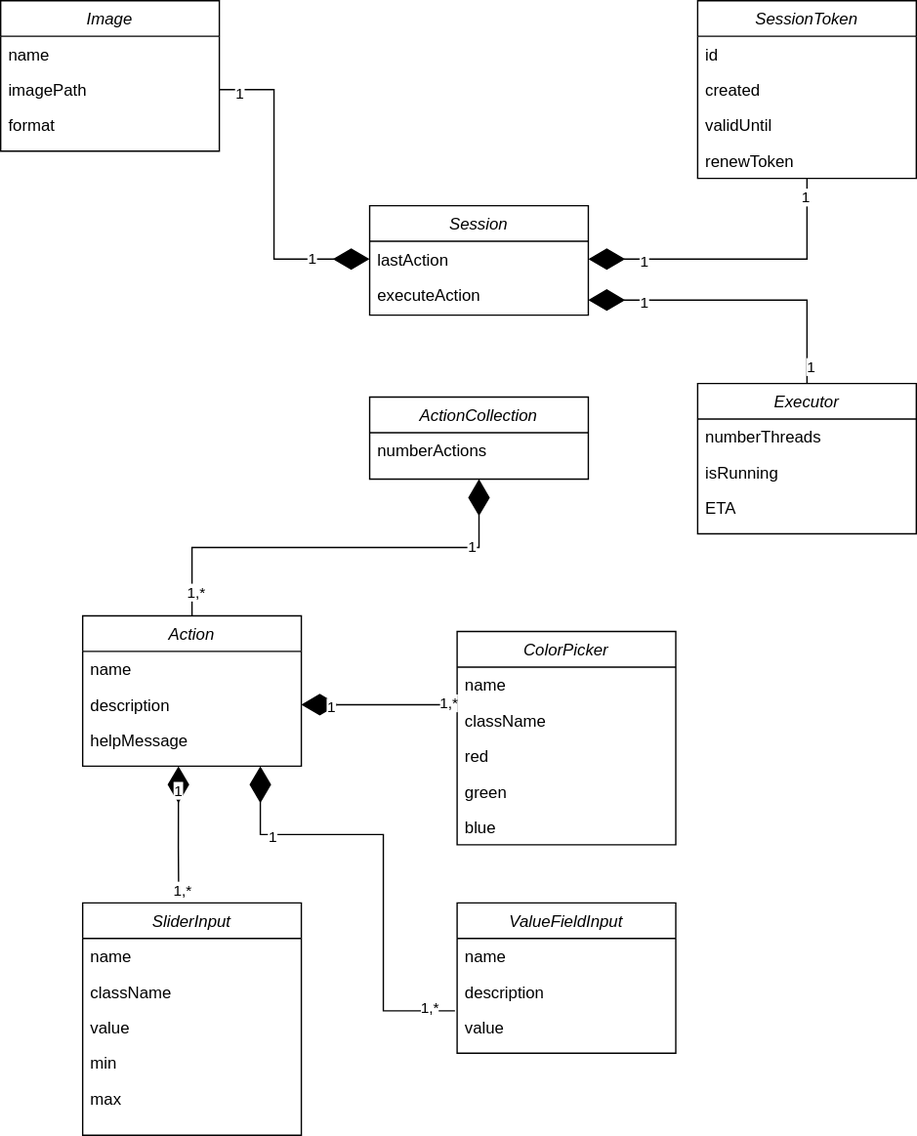
se-pixs/docs keeps this draw.io diagram as class-diagrams/class-diagram-Backend.drawio.svg. Above is the earlier version. Source tidied: cells renumbered, new cells last; positions are measured from the earlier drawing's top-left corner, leaving out a move shared by most shapes. Its diagram source:
```xml
<mxGraphModel>
  <root>
    <mxCell id="0" />
    <mxCell id="1" parent="0" />
    <mxCell id="2" value="Session" style="swimlane;fontStyle=2;align=center;verticalAlign=top;horizontal=1;startSize=26;rounded=0;shadow=0;strokeWidth=1;" parent="1" vertex="1">
      <mxGeometry x="270" y="150" width="160" height="80" as="geometry" />
    </mxCell>
    <mxCell id="3" value="lastAction" style="text;align=left;verticalAlign=top;spacingLeft=4;spacingRight=4;overflow=hidden;points=[[0,0.5],[1,0.5]];portConstraint=eastwest;rounded=0;shadow=0;html=0;" parent="2" vertex="1">
      <mxGeometry y="26" width="160" height="26" as="geometry" />
    </mxCell>
    <mxCell id="4" value="executeAction" style="text;align=left;verticalAlign=top;spacingLeft=4;spacingRight=4;overflow=hidden;rounded=0;shadow=0;html=0;" parent="2" vertex="1">
      <mxGeometry y="52" width="160" height="26" as="geometry" />
    </mxCell>
    <mxCell id="5" value="Image" style="swimlane;fontStyle=2;align=center;verticalAlign=top;horizontal=1;startSize=26;rounded=0;shadow=0;strokeWidth=1;" parent="1" vertex="1">
      <mxGeometry width="160" height="110" as="geometry" />
    </mxCell>
    <mxCell id="6" value="name" style="text;align=left;verticalAlign=top;spacingLeft=4;spacingRight=4;overflow=hidden;" parent="5" vertex="1">
      <mxGeometry y="26" width="160" height="26" as="geometry" />
    </mxCell>
    <mxCell id="7" value="imagePath" style="text;align=left;verticalAlign=top;spacingLeft=4;spacingRight=4;overflow=hidden;points=[[0,0.5],[1,0.5]];portConstraint=eastwest;rounded=0;shadow=0;html=0;" parent="5" vertex="1">
      <mxGeometry y="52" width="160" height="26" as="geometry" />
    </mxCell>
    <mxCell id="8" value="format" style="text;align=left;verticalAlign=top;spacingLeft=4;spacingRight=4;overflow=hidden;rounded=0;shadow=0;html=0;" parent="5" vertex="1">
      <mxGeometry y="78" width="160" height="26" as="geometry" />
    </mxCell>
    <mxCell id="9" style="endArrow=diamondThin;endFill=1;endSize=24;html=1;rounded=0;entryX=0;entryY=0.5;entryDx=0;entryDy=0;exitX=1;exitY=0.5;exitDx=0;exitDy=0;" parent="1" edge="1" source="7" target="3">
      <mxGeometry relative="1" as="geometry">
        <Array as="points">
          <mxPoint x="200" y="65" />
          <mxPoint x="200" y="189" />
        </Array>
      </mxGeometry>
    </mxCell>
    <mxCell id="10" value="1" style="edgeLabel;html=1;align=center;verticalAlign=middle;" parent="9" vertex="1">
      <mxGeometry x="0.64" y="1" relative="1" as="geometry" />
    </mxCell>
    <mxCell id="11" value="1" style="edgeLabel;html=1;align=center;verticalAlign=middle;" parent="9" vertex="1">
      <mxGeometry x="-0.88" y="-2" relative="1" as="geometry" />
    </mxCell>
    <mxCell id="12" value="SessionToken" style="swimlane;fontStyle=2;align=center;verticalAlign=top;horizontal=1;startSize=26;rounded=0;shadow=0;strokeWidth=1;" parent="1" vertex="1">
      <mxGeometry x="510" width="160" height="130" as="geometry" />
    </mxCell>
    <mxCell id="13" value="id" style="text;align=left;verticalAlign=top;spacingLeft=4;spacingRight=4;overflow=hidden;" parent="12" vertex="1">
      <mxGeometry y="26" width="160" height="26" as="geometry" />
    </mxCell>
    <mxCell id="14" value="created" style="text;align=left;verticalAlign=top;spacingLeft=4;spacingRight=4;overflow=hidden;rounded=0;shadow=0;html=0;" parent="12" vertex="1">
      <mxGeometry y="52" width="160" height="26" as="geometry" />
    </mxCell>
    <mxCell id="15" value="validUntil" style="text;align=left;verticalAlign=top;spacingLeft=4;spacingRight=4;overflow=hidden;rounded=0;shadow=0;html=0;" parent="12" vertex="1">
      <mxGeometry y="78" width="160" height="26" as="geometry" />
    </mxCell>
    <mxCell id="16" value="renewToken" style="text;align=left;verticalAlign=top;spacingLeft=4;spacingRight=4;overflow=hidden;rounded=0;shadow=0;html=0;" parent="12" vertex="1">
      <mxGeometry y="104" width="160" height="26" as="geometry" />
    </mxCell>
    <mxCell id="17" style="endArrow=diamondThin;endFill=1;endSize=24;html=1;rounded=0;entryX=1;entryY=0.5;entryDx=0;entryDy=0;exitX=0.5;exitY=1;exitDx=0;exitDy=0;" parent="1" edge="1" source="12" target="3">
      <mxGeometry relative="1" as="geometry">
        <Array as="points">
          <mxPoint x="590" y="189" />
        </Array>
      </mxGeometry>
    </mxCell>
    <mxCell id="18" value="1" style="edgeLabel;html=1;align=center;verticalAlign=middle;" parent="17" vertex="1">
      <mxGeometry x="0.64" y="1" relative="1" as="geometry" />
    </mxCell>
    <mxCell id="19" value="1" style="edgeLabel;html=1;align=center;verticalAlign=middle;" parent="17" vertex="1">
      <mxGeometry x="-0.88" y="-2" relative="1" as="geometry" />
    </mxCell>
    <mxCell id="20" value="ActionCollection" style="swimlane;fontStyle=2;align=center;verticalAlign=top;horizontal=1;startSize=26;rounded=0;shadow=0;strokeWidth=1;" parent="1" vertex="1">
      <mxGeometry x="270" y="290" width="160" height="60" as="geometry" />
    </mxCell>
    <mxCell id="21" value="numberActions" style="text;align=left;verticalAlign=top;spacingLeft=4;spacingRight=4;overflow=hidden;rounded=0;shadow=0;html=0;" parent="20" vertex="1">
      <mxGeometry y="26" width="160" height="26" as="geometry" />
    </mxCell>
    <mxCell id="22" value="Action" style="swimlane;fontStyle=2;align=center;verticalAlign=top;horizontal=1;startSize=26;rounded=0;shadow=0;strokeWidth=1;" parent="1" vertex="1">
      <mxGeometry x="60" y="450" width="160" height="110" as="geometry" />
    </mxCell>
    <mxCell id="23" value="name" style="text;align=left;verticalAlign=top;spacingLeft=4;spacingRight=4;overflow=hidden;" parent="22" vertex="1">
      <mxGeometry y="26" width="160" height="26" as="geometry" />
    </mxCell>
    <mxCell id="24" value="description&#10;" style="text;align=left;verticalAlign=top;spacingLeft=4;spacingRight=4;overflow=hidden;points=[[0,0.5],[1,0.5]];portConstraint=eastwest;rounded=0;shadow=0;html=0;" parent="22" vertex="1">
      <mxGeometry y="52" width="160" height="26" as="geometry" />
    </mxCell>
    <mxCell id="25" value="helpMessage" style="text;align=left;verticalAlign=top;spacingLeft=4;spacingRight=4;overflow=hidden;points=[[0,0.5],[1,0.5]];portConstraint=eastwest;rounded=0;shadow=0;html=0;" parent="22" vertex="1">
      <mxGeometry y="78" width="160" height="26" as="geometry" />
    </mxCell>
    <mxCell id="26" style="endArrow=diamondThin;endFill=1;endSize=24;html=1;rounded=0;entryX=0.5;entryY=1;entryDx=0;entryDy=0;exitX=0.5;exitY=0;exitDx=0;exitDy=0;" parent="1" edge="1" source="22" target="20">
      <mxGeometry relative="1" as="geometry">
        <Array as="points">
          <mxPoint x="140" y="400" />
          <mxPoint x="350" y="400" />
        </Array>
      </mxGeometry>
    </mxCell>
    <mxCell id="27" value="1" style="edgeLabel;html=1;align=center;verticalAlign=middle;" parent="26" vertex="1">
      <mxGeometry x="0.64" y="1" relative="1" as="geometry" />
    </mxCell>
    <mxCell id="28" value="1,*" style="edgeLabel;html=1;align=center;verticalAlign=middle;" parent="26" vertex="1">
      <mxGeometry x="-0.88" y="-2" relative="1" as="geometry" />
    </mxCell>
    <mxCell id="29" value="ColorPicker" style="swimlane;fontStyle=2;align=center;verticalAlign=top;horizontal=1;startSize=26;rounded=0;shadow=0;strokeWidth=1;" parent="1" vertex="1">
      <mxGeometry x="334" y="461.5" width="160" height="156" as="geometry" />
    </mxCell>
    <mxCell id="30" value="name" style="text;align=left;verticalAlign=top;spacingLeft=4;spacingRight=4;overflow=hidden;points=[[0,0.5],[1,0.5]];portConstraint=eastwest;" parent="29" vertex="1">
      <mxGeometry y="26" width="160" height="26" as="geometry" />
    </mxCell>
    <mxCell id="31" value="className" style="text;align=left;verticalAlign=top;spacingLeft=4;spacingRight=4;overflow=hidden;rounded=0;shadow=0;html=0;" parent="29" vertex="1">
      <mxGeometry y="52" width="160" height="26" as="geometry" />
    </mxCell>
    <mxCell id="32" value="red" style="text;align=left;verticalAlign=top;spacingLeft=4;spacingRight=4;overflow=hidden;rounded=0;shadow=0;html=0;" parent="29" vertex="1">
      <mxGeometry y="78" width="160" height="26" as="geometry" />
    </mxCell>
    <mxCell id="33" value="green" style="text;align=left;verticalAlign=top;spacingLeft=4;spacingRight=4;overflow=hidden;rounded=0;shadow=0;html=0;" parent="29" vertex="1">
      <mxGeometry y="104" width="160" height="26" as="geometry" />
    </mxCell>
    <mxCell id="34" value="blue" style="text;align=left;verticalAlign=top;spacingLeft=4;spacingRight=4;overflow=hidden;rounded=0;shadow=0;html=0;" parent="29" vertex="1">
      <mxGeometry y="130" width="160" height="26" as="geometry" />
    </mxCell>
    <mxCell id="35" value="SliderInput" style="swimlane;fontStyle=2;align=center;verticalAlign=top;horizontal=1;startSize=26;rounded=0;shadow=0;strokeWidth=1;" parent="1" vertex="1">
      <mxGeometry x="60" y="660" width="160" height="170" as="geometry" />
    </mxCell>
    <mxCell id="36" value="name" style="text;align=left;verticalAlign=top;spacingLeft=4;spacingRight=4;overflow=hidden;" parent="35" vertex="1">
      <mxGeometry y="26" width="160" height="26" as="geometry" />
    </mxCell>
    <mxCell id="37" value="className" style="text;align=left;verticalAlign=top;spacingLeft=4;spacingRight=4;overflow=hidden;rounded=0;shadow=0;html=0;" parent="35" vertex="1">
      <mxGeometry y="52" width="160" height="26" as="geometry" />
    </mxCell>
    <mxCell id="38" value="value" style="text;align=left;verticalAlign=top;spacingLeft=4;spacingRight=4;overflow=hidden;rounded=0;shadow=0;html=0;" parent="35" vertex="1">
      <mxGeometry y="78" width="160" height="26" as="geometry" />
    </mxCell>
    <mxCell id="39" value="min" style="text;align=left;verticalAlign=top;spacingLeft=4;spacingRight=4;overflow=hidden;rounded=0;shadow=0;html=0;" parent="35" vertex="1">
      <mxGeometry y="104" width="160" height="26" as="geometry" />
    </mxCell>
    <mxCell id="40" value="max" style="text;align=left;verticalAlign=top;spacingLeft=4;spacingRight=4;overflow=hidden;rounded=0;shadow=0;html=0;" parent="35" vertex="1">
      <mxGeometry y="130" width="160" height="26" as="geometry" />
    </mxCell>
    <mxCell id="41" value="ValueFieldInput" style="swimlane;fontStyle=2;align=center;verticalAlign=top;horizontal=1;startSize=26;rounded=0;shadow=0;strokeWidth=1;" parent="1" vertex="1">
      <mxGeometry x="334" y="660" width="160" height="110" as="geometry" />
    </mxCell>
    <mxCell id="42" value="name" style="text;align=left;verticalAlign=top;spacingLeft=4;spacingRight=4;overflow=hidden;" parent="41" vertex="1">
      <mxGeometry y="26" width="160" height="26" as="geometry" />
    </mxCell>
    <mxCell id="43" value="description" style="text;align=left;verticalAlign=top;spacingLeft=4;spacingRight=4;overflow=hidden;rounded=0;shadow=0;html=0;" parent="41" vertex="1">
      <mxGeometry y="52" width="160" height="26" as="geometry" />
    </mxCell>
    <mxCell id="44" value="value" style="text;align=left;verticalAlign=top;spacingLeft=4;spacingRight=4;overflow=hidden;points=[[0,0.5],[1,0.5]];portConstraint=eastwest;rounded=0;shadow=0;html=0;" parent="41" vertex="1">
      <mxGeometry y="78" width="160" height="26" as="geometry" />
    </mxCell>
    <mxCell id="45" style="endArrow=diamondThin;endFill=1;endSize=24;html=1;rounded=0;entryX=0.438;entryY=1.231;entryDx=0;entryDy=0;exitX=0.439;exitY=-0.023;exitDx=0;exitDy=0;entryPerimeter=0;exitPerimeter=0;" parent="1" edge="1" source="35" target="25">
      <mxGeometry relative="1" as="geometry">
        <Array as="points">
          <mxPoint x="130" y="620" />
        </Array>
      </mxGeometry>
    </mxCell>
    <mxCell id="46" value="1" style="edgeLabel;html=1;align=center;verticalAlign=middle;" parent="45" vertex="1">
      <mxGeometry x="0.64" y="1" relative="1" as="geometry" />
    </mxCell>
    <mxCell id="47" value="1,*" style="edgeLabel;html=1;align=center;verticalAlign=middle;" parent="45" vertex="1">
      <mxGeometry x="-0.88" y="-2" relative="1" as="geometry" />
    </mxCell>
    <mxCell id="48" style="endArrow=diamondThin;endFill=1;endSize=24;html=1;rounded=0;entryX=1;entryY=0.5;entryDx=0;entryDy=0;exitX=0;exitY=1.058;exitDx=0;exitDy=0;exitPerimeter=0;" parent="1" edge="1" source="30" target="24">
      <mxGeometry relative="1" as="geometry">
        <Array as="points">
          <mxPoint x="280" y="515" />
        </Array>
      </mxGeometry>
    </mxCell>
    <mxCell id="49" value="1" style="edgeLabel;html=1;align=center;verticalAlign=middle;" parent="48" vertex="1">
      <mxGeometry x="0.64" y="1" relative="1" as="geometry" />
    </mxCell>
    <mxCell id="50" value="1,*" style="edgeLabel;html=1;align=center;verticalAlign=middle;" parent="48" vertex="1">
      <mxGeometry x="-0.88" y="-2" relative="1" as="geometry" />
    </mxCell>
    <mxCell id="51" style="endArrow=diamondThin;endFill=1;endSize=24;html=1;rounded=0;exitX=-0.01;exitY=0.038;exitDx=0;exitDy=0;exitPerimeter=0;" parent="1" edge="1" source="44">
      <mxGeometry relative="1" as="geometry">
        <mxPoint x="190" y="560" as="targetPoint" />
        <Array as="points">
          <mxPoint x="280" y="739" />
          <mxPoint x="280" y="610" />
          <mxPoint x="190" y="610" />
        </Array>
      </mxGeometry>
    </mxCell>
    <mxCell id="52" value="1" style="edgeLabel;html=1;align=center;verticalAlign=middle;" parent="51" vertex="1">
      <mxGeometry x="0.64" y="1" relative="1" as="geometry" />
    </mxCell>
    <mxCell id="53" value="1,*" style="edgeLabel;html=1;align=center;verticalAlign=middle;" parent="51" vertex="1">
      <mxGeometry x="-0.88" y="-2" relative="1" as="geometry" />
    </mxCell>
    <mxCell id="54" value="Executor" style="swimlane;fontStyle=2;align=center;verticalAlign=top;horizontal=1;startSize=26;rounded=0;shadow=0;strokeWidth=1;" parent="1" vertex="1">
      <mxGeometry x="510" y="280" width="160" height="110" as="geometry" />
    </mxCell>
    <mxCell id="55" value="numberThreads" style="text;align=left;verticalAlign=top;spacingLeft=4;spacingRight=4;overflow=hidden;rounded=0;shadow=0;html=0;" parent="54" vertex="1">
      <mxGeometry y="26" width="160" height="26" as="geometry" />
    </mxCell>
    <mxCell id="56" value="isRunning" style="text;align=left;verticalAlign=top;spacingLeft=4;spacingRight=4;overflow=hidden;rounded=0;shadow=0;html=0;" parent="54" vertex="1">
      <mxGeometry y="52" width="160" height="26" as="geometry" />
    </mxCell>
    <mxCell id="57" value="ETA" style="text;align=left;verticalAlign=top;spacingLeft=4;spacingRight=4;overflow=hidden;rounded=0;shadow=0;html=0;" parent="54" vertex="1">
      <mxGeometry y="78" width="160" height="26" as="geometry" />
    </mxCell>
    <mxCell id="58" style="endArrow=diamondThin;endFill=1;endSize=24;html=1;rounded=0;entryX=1;entryY=0.5;entryDx=0;entryDy=0;exitX=0.5;exitY=0;exitDx=0;exitDy=0;" parent="1" edge="1" source="54">
      <mxGeometry relative="1" as="geometry">
        <mxPoint x="430" y="219" as="targetPoint" />
        <Array as="points">
          <mxPoint x="590" y="219" />
        </Array>
      </mxGeometry>
    </mxCell>
    <mxCell id="59" value="1" style="edgeLabel;html=1;align=center;verticalAlign=middle;" parent="58" vertex="1">
      <mxGeometry x="0.64" y="1" relative="1" as="geometry" />
    </mxCell>
    <mxCell id="60" value="1" style="edgeLabel;html=1;align=center;verticalAlign=middle;" parent="58" vertex="1">
      <mxGeometry x="-0.88" y="-2" relative="1" as="geometry" />
    </mxCell>
  </root>
</mxGraphModel>
```
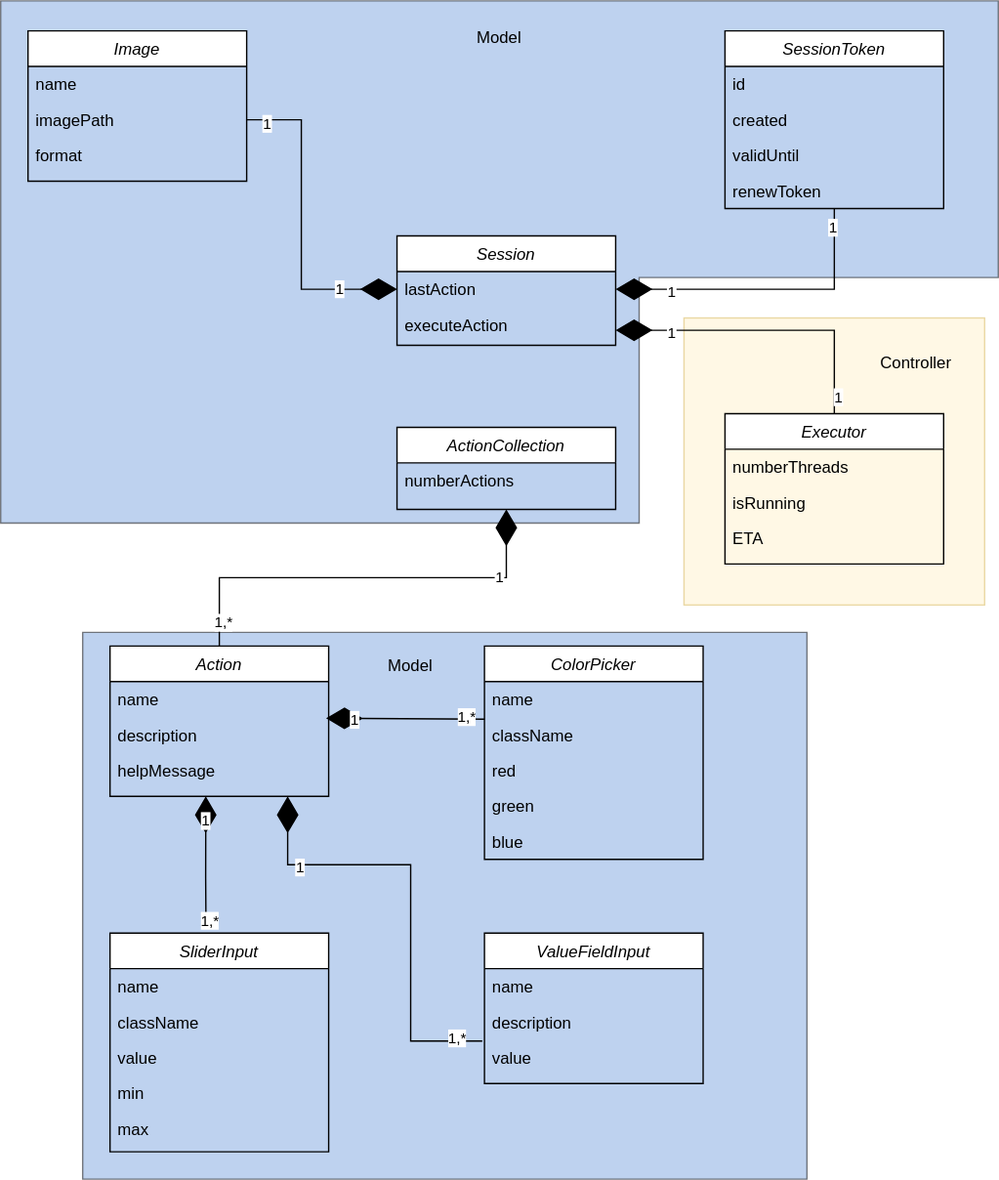
Above is the later version.

Commit message:
fix: class diagrams

What changed in the source:
```diff
@@ -2,6 +2,15 @@
   <root>
     <mxCell id="0" />
     <mxCell id="1" parent="0" />
+    <mxCell id="61" style="rounded=0;whiteSpace=wrap;html=1;fillColor=#fff2cc;opacity=50;strokeColor=#d6b656;" parent="1" vertex="1">
+      <mxGeometry x="480" y="210" width="220" height="210" as="geometry" />
+    </mxCell>
+    <mxCell id="62" style="verticalLabelPosition=bottom;verticalAlign=top;html=1;shape=mxgraph.basic.polygon;polyCoords=[[0.25,0],[1,0],[1,0.53],[0.64,0.53],[0.64,1],[0.19,1],[0,1],[0,0]];polyline=0;fillColor=#7EA6E0;opacity=50;" parent="1" vertex="1">
+      <mxGeometry x="-20" y="-22" width="730" height="382" as="geometry" />
+    </mxCell>
+    <mxCell id="63" style="verticalLabelPosition=bottom;verticalAlign=top;html=1;shape=mxgraph.basic.polygon;polyCoords=[[0.47,0],[1,0],[1,0.25],[1,0.75],[1,1],[0,1],[0,0.5],[0,0]];polyline=0;fillColor=#7EA6E0;opacity=50;" parent="1" vertex="1">
+      <mxGeometry x="40" y="440" width="530" height="400" as="geometry" />
+    </mxCell>
     <mxCell id="2" value="Session" style="swimlane;fontStyle=2;align=center;verticalAlign=top;horizontal=1;startSize=26;rounded=0;shadow=0;strokeWidth=1;" parent="1" vertex="1">
       <mxGeometry x="270" y="150" width="160" height="80" as="geometry" />
     </mxCell>
@@ -98,7 +107,7 @@
       <mxGeometry x="-0.88" y="-2" relative="1" as="geometry" />
     </mxCell>
     <mxCell id="29" value="ColorPicker" style="swimlane;fontStyle=2;align=center;verticalAlign=top;horizontal=1;startSize=26;rounded=0;shadow=0;strokeWidth=1;" parent="1" vertex="1">
-      <mxGeometry x="334" y="461.5" width="160" height="156" as="geometry" />
+      <mxGeometry x="334" y="450" width="160" height="156" as="geometry" />
     </mxCell>
     <mxCell id="30" value="name" style="text;align=left;verticalAlign=top;spacingLeft=4;spacingRight=4;overflow=hidden;points=[[0,0.5],[1,0.5]];portConstraint=eastwest;" parent="29" vertex="1">
       <mxGeometry y="26" width="160" height="26" as="geometry" />
@@ -116,7 +125,7 @@
       <mxGeometry y="130" width="160" height="26" as="geometry" />
     </mxCell>
     <mxCell id="35" value="SliderInput" style="swimlane;fontStyle=2;align=center;verticalAlign=top;horizontal=1;startSize=26;rounded=0;shadow=0;strokeWidth=1;" parent="1" vertex="1">
-      <mxGeometry x="60" y="660" width="160" height="170" as="geometry" />
+      <mxGeometry x="60" y="660" width="160" height="160" as="geometry" />
     </mxCell>
     <mxCell id="36" value="name" style="text;align=left;verticalAlign=top;spacingLeft=4;spacingRight=4;overflow=hidden;" parent="35" vertex="1">
       <mxGeometry y="26" width="160" height="26" as="geometry" />
@@ -158,18 +167,16 @@
     <mxCell id="47" value="1,*" style="edgeLabel;html=1;align=center;verticalAlign=middle;" parent="45" vertex="1">
       <mxGeometry x="-0.88" y="-2" relative="1" as="geometry" />
     </mxCell>
-    <mxCell id="48" style="endArrow=diamondThin;endFill=1;endSize=24;html=1;rounded=0;entryX=1;entryY=0.5;entryDx=0;entryDy=0;exitX=0;exitY=1.058;exitDx=0;exitDy=0;exitPerimeter=0;" parent="1" edge="1" source="30" target="24">
-      <mxGeometry relative="1" as="geometry">
-        <Array as="points">
-          <mxPoint x="280" y="515" />
-        </Array>
-      </mxGeometry>
+    <mxCell id="48" style="endArrow=diamondThin;endFill=1;endSize=24;html=1;rounded=0;entryX=0.988;entryY=0.03;entryDx=0;entryDy=0;exitX=0;exitY=1.058;exitDx=0;exitDy=0;exitPerimeter=0;entryPerimeter=0;" parent="1" edge="1" source="30" target="24">
+      <mxGeometry relative="1" as="geometry" />
     </mxCell>
     <mxCell id="49" value="1" style="edgeLabel;html=1;align=center;verticalAlign=middle;" parent="48" vertex="1">
       <mxGeometry x="0.64" y="1" relative="1" as="geometry" />
     </mxCell>
     <mxCell id="50" value="1,*" style="edgeLabel;html=1;align=center;verticalAlign=middle;" parent="48" vertex="1">
-      <mxGeometry x="-0.88" y="-2" relative="1" as="geometry" />
+      <mxGeometry x="-0.88" y="-2" relative="1" as="geometry">
+        <mxPoint x="-7" as="offset" />
+      </mxGeometry>
     </mxCell>
     <mxCell id="51" style="endArrow=diamondThin;endFill=1;endSize=24;html=1;rounded=0;exitX=-0.01;exitY=0.038;exitDx=0;exitDy=0;exitPerimeter=0;" parent="1" edge="1" source="44">
       <mxGeometry relative="1" as="geometry">
@@ -213,5 +220,14 @@
     <mxCell id="60" value="1" style="edgeLabel;html=1;align=center;verticalAlign=middle;" parent="58" vertex="1">
       <mxGeometry x="-0.88" y="-2" relative="1" as="geometry" />
     </mxCell>
+    <mxCell id="64" value="Model" style="text;html=1;strokeColor=none;fillColor=none;align=center;verticalAlign=middle;whiteSpace=wrap;rounded=0;opacity=50;" parent="1" vertex="1">
+      <mxGeometry x="315" y="-10" width="60" height="30" as="geometry" />
+    </mxCell>
+    <mxCell id="65" value="Model" style="text;html=1;strokeColor=none;fillColor=none;align=center;verticalAlign=middle;whiteSpace=wrap;rounded=0;opacity=50;" parent="1" vertex="1">
+      <mxGeometry x="250" y="450" width="60" height="30" as="geometry" />
+    </mxCell>
+    <mxCell id="66" value="Controller" style="text;html=1;strokeColor=none;fillColor=none;align=center;verticalAlign=middle;whiteSpace=wrap;rounded=0;opacity=50;" parent="1" vertex="1">
+      <mxGeometry x="620" y="228" width="60" height="30" as="geometry" />
+    </mxCell>
   </root>
 </mxGraphModel>
```
